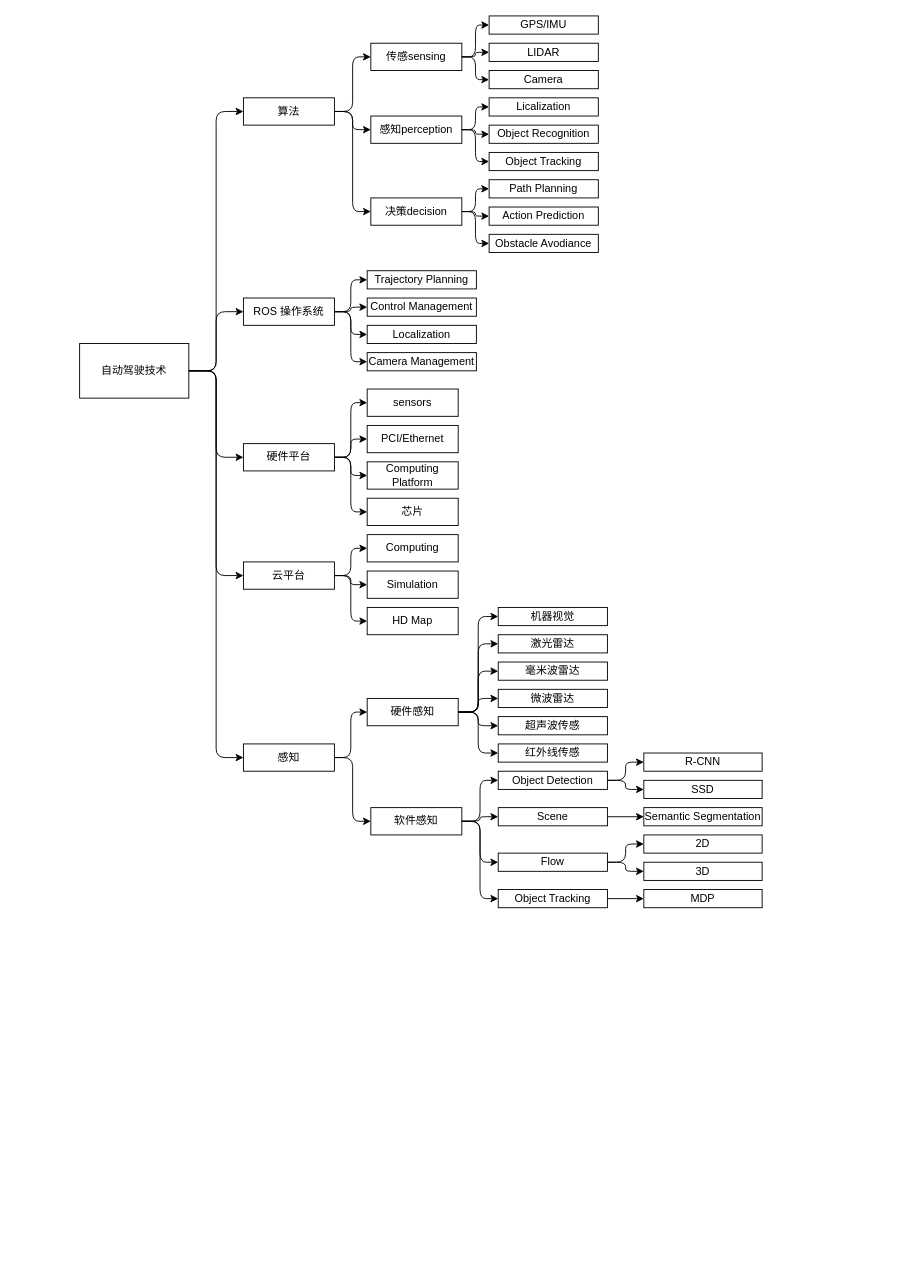
This is 个人研究院/自动驾驶技术思维导图.drawio from wurh/myDesignDoc, a draw.io file, before an edit. Source tidied: cells renumbered, new cells numbered last; positions are measured from the earlier drawing's top-left corner, leaving out a move shared by most shapes. Both pictures are drawn from the tidied source at 91%, with x=0, y=0 at pixel (79, 15).
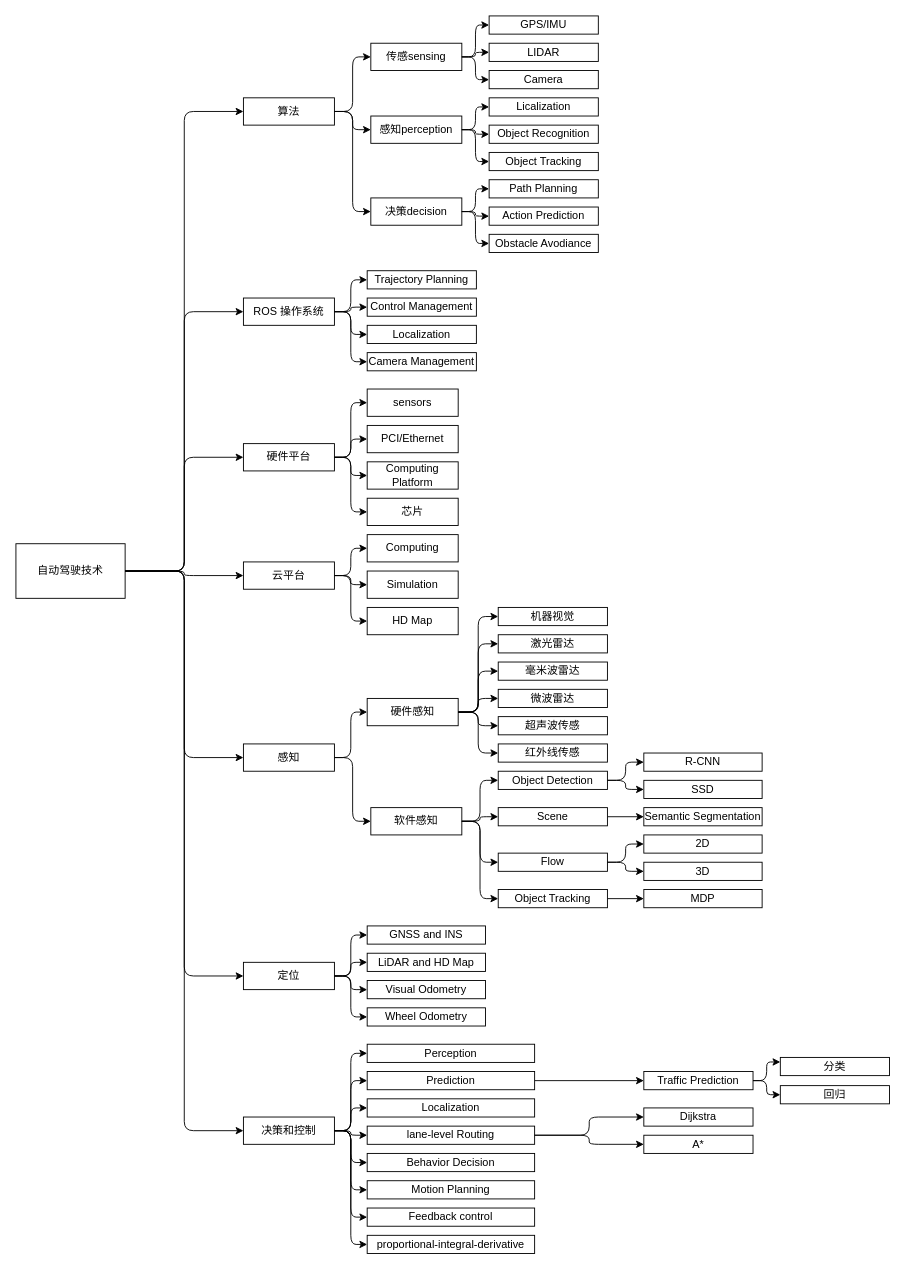
After the change.

Commit message:
Update 自动驾驶技术思维导图.drawio

What changed in the source:
```diff
@@
     <mxCell id="2" value="自动驾驶技术" style="rounded=0;whiteSpace=wrap;html=1;" parent="1" vertex="1">
-      <mxGeometry y="360" width="120" height="60" as="geometry" />
+      <mxGeometry x="-70" y="580" width="120" height="60" as="geometry" />
     </mxCell>
@@
+    <mxCell id="95" value="定位" style="rounded=0;whiteSpace=wrap;html=1;" parent="1" vertex="1">
+      <mxGeometry x="180" y="1040" width="100" height="30" as="geometry" />
+    </mxCell>
+    <mxCell id="96" value="GNSS and INS" style="rounded=0;whiteSpace=wrap;html=1;" parent="1" vertex="1">
+      <mxGeometry x="316" y="1000" width="130" height="20" as="geometry" />
+    </mxCell>
+    <mxCell id="97" value="LiDAR and HD Map" style="rounded=0;whiteSpace=wrap;html=1;" parent="1" vertex="1">
+      <mxGeometry x="316" y="1030" width="130" height="20" as="geometry" />
+    </mxCell>
+    <mxCell id="98" value="Visual Odometry" style="rounded=0;whiteSpace=wrap;html=1;" parent="1" vertex="1">
+      <mxGeometry x="316" y="1060" width="130" height="20" as="geometry" />
+    </mxCell>
+    <mxCell id="99" value="Wheel Odometry" style="rounded=0;whiteSpace=wrap;html=1;" parent="1" vertex="1">
+      <mxGeometry x="316" y="1090" width="130" height="20" as="geometry" />
+    </mxCell>
+    <mxCell id="100" style="endArrow=classic;html=1;exitX=1;exitY=0.5;exitDx=0;exitDy=0;entryX=0;entryY=0.5;entryDx=0;entryDy=0;edgeStyle=elbowEdgeStyle;" parent="1" edge="1" source="2" target="95">
+      <mxGeometry relative="1" as="geometry" />
+    </mxCell>
+    <mxCell id="101" style="endArrow=classic;html=1;exitX=1;exitY=0.5;exitDx=0;exitDy=0;entryX=0;entryY=0.5;entryDx=0;entryDy=0;edgeStyle=orthogonalEdgeStyle;" parent="1" edge="1" source="95" target="96">
+      <mxGeometry relative="1" as="geometry" />
+    </mxCell>
+    <mxCell id="102" style="endArrow=classic;html=1;exitX=1;exitY=0.5;exitDx=0;exitDy=0;entryX=0;entryY=0.5;entryDx=0;entryDy=0;edgeStyle=orthogonalEdgeStyle;" parent="1" edge="1" source="95" target="97">
+      <mxGeometry relative="1" as="geometry" />
+    </mxCell>
+    <mxCell id="103" style="endArrow=classic;html=1;exitX=1;exitY=0.5;exitDx=0;exitDy=0;entryX=0;entryY=0.5;entryDx=0;entryDy=0;edgeStyle=orthogonalEdgeStyle;" parent="1" edge="1" source="95" target="98">
+      <mxGeometry relative="1" as="geometry" />
+    </mxCell>
+    <mxCell id="104" style="endArrow=classic;html=1;exitX=1;exitY=0.5;exitDx=0;exitDy=0;entryX=0;entryY=0.5;entryDx=0;entryDy=0;edgeStyle=orthogonalEdgeStyle;" parent="1" edge="1" source="95" target="99">
+      <mxGeometry relative="1" as="geometry" />
+    </mxCell>
+    <mxCell id="105" value="决策和控制" style="rounded=0;whiteSpace=wrap;html=1;" parent="1" vertex="1">
+      <mxGeometry x="180" y="1210" width="100" height="30" as="geometry" />
+    </mxCell>
+    <mxCell id="106" value="Perception" style="rounded=0;whiteSpace=wrap;html=1;" parent="1" vertex="1">
+      <mxGeometry x="316" y="1130" width="184" height="20" as="geometry" />
+    </mxCell>
+    <mxCell id="107" style="edgeStyle=orthogonalEdgeStyle;rounded=0;jettySize=auto;html=1;" parent="1" edge="1" source="108" target="124">
+      <mxGeometry relative="1" as="geometry" />
+    </mxCell>
+    <mxCell id="108" value="Prediction" style="rounded=0;whiteSpace=wrap;html=1;" parent="1" vertex="1">
+      <mxGeometry x="316" y="1160" width="184" height="20" as="geometry" />
+    </mxCell>
+    <mxCell id="109" value="Localization" style="rounded=0;whiteSpace=wrap;html=1;" parent="1" vertex="1">
+      <mxGeometry x="316" y="1190" width="184" height="20" as="geometry" />
+    </mxCell>
+    <mxCell id="110" value="lane-level Routing" style="rounded=0;whiteSpace=wrap;html=1;" parent="1" vertex="1">
+      <mxGeometry x="316" y="1220" width="184" height="20" as="geometry" />
+    </mxCell>
+    <mxCell id="111" value="Behavior Decision" style="rounded=0;whiteSpace=wrap;html=1;" parent="1" vertex="1">
+      <mxGeometry x="316" y="1250" width="184" height="20" as="geometry" />
+    </mxCell>
+    <mxCell id="112" value="Motion Planning" style="rounded=0;whiteSpace=wrap;html=1;" parent="1" vertex="1">
+      <mxGeometry x="316" y="1280" width="184" height="20" as="geometry" />
+    </mxCell>
+    <mxCell id="113" value="Feedback control" style="rounded=0;whiteSpace=wrap;html=1;" parent="1" vertex="1">
+      <mxGeometry x="316" y="1310" width="184" height="20" as="geometry" />
+    </mxCell>
+    <mxCell id="114" value="proportional-integral-derivative" style="rounded=0;whiteSpace=wrap;html=1;" parent="1" vertex="1">
+      <mxGeometry x="316" y="1340" width="184" height="20" as="geometry" />
+    </mxCell>
+    <mxCell id="115" style="endArrow=classic;html=1;exitX=1;exitY=0.5;exitDx=0;exitDy=0;entryX=0;entryY=0.5;entryDx=0;entryDy=0;edgeStyle=orthogonalEdgeStyle;" parent="1" edge="1" source="2" target="105">
+      <mxGeometry relative="1" as="geometry" />
+    </mxCell>
+    <mxCell id="116" style="endArrow=classic;html=1;exitX=1;exitY=0.5;exitDx=0;exitDy=0;entryX=0;entryY=0.5;entryDx=0;entryDy=0;edgeStyle=orthogonalEdgeStyle;" parent="1" edge="1" source="105" target="106">
+      <mxGeometry relative="1" as="geometry" />
+    </mxCell>
+    <mxCell id="117" style="endArrow=classic;html=1;exitX=1;exitY=0.5;exitDx=0;exitDy=0;entryX=0;entryY=0.5;entryDx=0;entryDy=0;edgeStyle=orthogonalEdgeStyle;" parent="1" edge="1" source="105" target="108">
+      <mxGeometry relative="1" as="geometry" />
+    </mxCell>
+    <mxCell id="118" style="endArrow=classic;html=1;exitX=1;exitY=0.5;exitDx=0;exitDy=0;entryX=0;entryY=0.5;entryDx=0;entryDy=0;edgeStyle=orthogonalEdgeStyle;" parent="1" edge="1" source="105" target="109">
+      <mxGeometry relative="1" as="geometry" />
+    </mxCell>
+    <mxCell id="119" style="endArrow=classic;html=1;exitX=1;exitY=0.5;exitDx=0;exitDy=0;entryX=0;entryY=0.5;entryDx=0;entryDy=0;edgeStyle=orthogonalEdgeStyle;" parent="1" edge="1" source="105" target="110">
+      <mxGeometry relative="1" as="geometry" />
+    </mxCell>
+    <mxCell id="120" style="endArrow=classic;html=1;exitX=1;exitY=0.5;exitDx=0;exitDy=0;entryX=0;entryY=0.5;entryDx=0;entryDy=0;edgeStyle=orthogonalEdgeStyle;" parent="1" edge="1" source="105" target="111">
+      <mxGeometry relative="1" as="geometry" />
+    </mxCell>
+    <mxCell id="121" style="endArrow=classic;html=1;exitX=1;exitY=0.5;exitDx=0;exitDy=0;entryX=0;entryY=0.5;entryDx=0;entryDy=0;edgeStyle=orthogonalEdgeStyle;" parent="1" edge="1" source="105" target="112">
+      <mxGeometry relative="1" as="geometry" />
+    </mxCell>
+    <mxCell id="122" style="endArrow=classic;html=1;exitX=1;exitY=0.5;exitDx=0;exitDy=0;entryX=0;entryY=0.5;entryDx=0;entryDy=0;edgeStyle=orthogonalEdgeStyle;" parent="1" edge="1" source="105" target="113">
+      <mxGeometry relative="1" as="geometry" />
+    </mxCell>
+    <mxCell id="123" style="endArrow=classic;html=1;exitX=1;exitY=0.5;exitDx=0;exitDy=0;entryX=0;entryY=0.5;entryDx=0;entryDy=0;edgeStyle=orthogonalEdgeStyle;" parent="1" edge="1" source="105" target="114">
+      <mxGeometry relative="1" as="geometry" />
+    </mxCell>
+    <mxCell id="124" value="Traffic Prediction" style="rounded=0;whiteSpace=wrap;html=1;" parent="1" vertex="1">
+      <mxGeometry x="620" y="1160" width="120" height="20" as="geometry" />
+    </mxCell>
+    <mxCell id="125" value="分类" style="rounded=0;whiteSpace=wrap;html=1;" parent="1" vertex="1">
+      <mxGeometry x="770" y="1144.5" width="120" height="20" as="geometry" />
+    </mxCell>
+    <mxCell id="126" value="回归" style="rounded=0;whiteSpace=wrap;html=1;" parent="1" vertex="1">
+      <mxGeometry x="770" y="1175.5" width="120" height="20" as="geometry" />
+    </mxCell>
+    <mxCell id="127" style="endArrow=classic;html=1;exitX=1;exitY=0.5;exitDx=0;exitDy=0;entryX=0;entryY=0.25;entryDx=0;entryDy=0;edgeStyle=orthogonalEdgeStyle;" parent="1" edge="1" source="124" target="125">
+      <mxGeometry relative="1" as="geometry" />
+    </mxCell>
+    <mxCell id="128" style="endArrow=classic;html=1;exitX=1;exitY=0.5;exitDx=0;exitDy=0;entryX=0;entryY=0.5;entryDx=0;entryDy=0;edgeStyle=orthogonalEdgeStyle;" parent="1" edge="1" source="124" target="126">
+      <mxGeometry relative="1" as="geometry" />
+    </mxCell>
+    <mxCell id="129" value="Dijkstra" style="rounded=0;whiteSpace=wrap;html=1;" parent="1" vertex="1">
+      <mxGeometry x="620" y="1200" width="120" height="20" as="geometry" />
+    </mxCell>
+    <mxCell id="130" value="A*" style="rounded=0;whiteSpace=wrap;html=1;" parent="1" vertex="1">
+      <mxGeometry x="620" y="1230" width="120" height="20" as="geometry" />
+    </mxCell>
+    <mxCell id="131" style="endArrow=classic;html=1;exitX=1;exitY=0.5;exitDx=0;exitDy=0;entryX=0;entryY=0.5;entryDx=0;entryDy=0;edgeStyle=orthogonalEdgeStyle;" parent="1" edge="1" source="110" target="129">
+      <mxGeometry relative="1" as="geometry" />
+    </mxCell>
+    <mxCell id="132" style="endArrow=classic;html=1;exitX=1;exitY=0.5;exitDx=0;exitDy=0;entryX=0;entryY=0.5;entryDx=0;entryDy=0;edgeStyle=orthogonalEdgeStyle;" parent="1" edge="1" source="110" target="130">
+      <mxGeometry relative="1" as="geometry" />
+    </mxCell>
```
